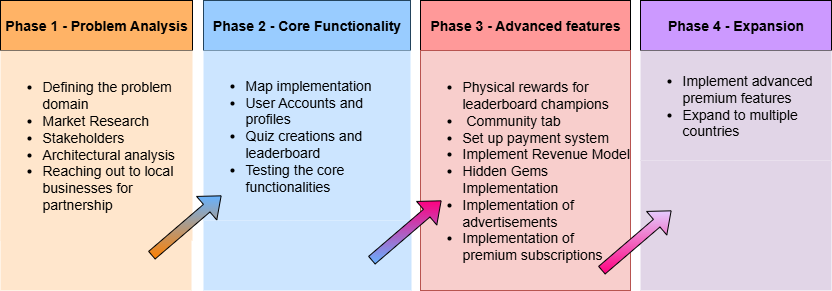
Above: report/Roadmap.png in riyagupta0701/TravelGo-Software-Architecture (draw.io), before the change. Source tidied: cells renumbered, new cells last; positions are measured from the earlier drawing's top-left corner, leaving out a move shared by most shapes.
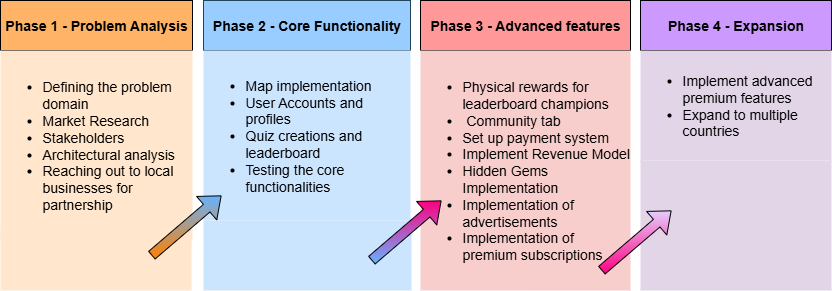
Later version of the same file.

Commit message:
change bibliography numbering

Change to the diagram source:
```diff
@@ -20,7 +20,7 @@
     <mxCell id="7" value="&lt;div&gt;&lt;ul&gt;&lt;li&gt;&lt;font&gt;Map implementation&lt;/font&gt;&lt;/li&gt;&lt;li&gt;&lt;span style=&quot;background-color: transparent; color: light-dark(rgb(0, 0, 0), rgb(255, 255, 255));&quot;&gt;&lt;font&gt;User Accounts and profiles&lt;/font&gt;&lt;/span&gt;&lt;/li&gt;&lt;li&gt;&lt;span style=&quot;background-color: transparent; color: light-dark(rgb(0, 0, 0), rgb(255, 255, 255));&quot;&gt;&lt;font&gt;Quiz creations and leaderboard&lt;/font&gt;&lt;/span&gt;&lt;/li&gt;&lt;li&gt;&lt;span style=&quot;background-color: transparent; color: light-dark(rgb(0, 0, 0), rgb(255, 255, 255));&quot;&gt;&lt;font&gt;Testing the core functionalities&lt;/font&gt;&lt;/span&gt;&lt;/li&gt;&lt;/ul&gt;&lt;/div&gt;" style="html=1;whiteSpace=wrap;align=left;fontSize=14;fillColor=#CCE5FF;strokeColor=none;" parent="1" vertex="1">
       <mxGeometry x="203" y="50" width="207" height="170" as="geometry" />
     </mxCell>
-    <mxCell id="8" value="&lt;div&gt;&lt;ul&gt;&lt;li&gt;&lt;font&gt;Physical rewards for leaderboard champions&lt;/font&gt;&lt;/li&gt;&lt;li&gt;&lt;font&gt;&amp;nbsp;Community tab&lt;/font&gt;&lt;/li&gt;&lt;li&gt;&lt;span style=&quot;background-color: transparent; color: light-dark(rgb(0, 0, 0), rgb(255, 255, 255));&quot;&gt;&lt;font&gt;Set up payment system&lt;/font&gt;&lt;/span&gt;&lt;/li&gt;&lt;li&gt;&lt;span style=&quot;background-color: transparent; color: light-dark(rgb(0, 0, 0), rgb(255, 255, 255));&quot;&gt;&lt;font&gt;Implement Revenue Model&lt;/font&gt;&lt;/span&gt;&lt;/li&gt;&lt;li&gt;&lt;font&gt;Hidden Gems Implementation&lt;/font&gt;&lt;/li&gt;&lt;li&gt;&lt;span style=&quot;background-color: transparent; color: light-dark(rgb(0, 0, 0), rgb(255, 255, 255));&quot;&gt;&lt;font&gt;Implementation of advertisements&lt;/font&gt;&lt;/span&gt;&lt;/li&gt;&lt;li&gt;&lt;font&gt;Implementation of premium subscriptions&lt;/font&gt;&lt;/li&gt;&lt;/ul&gt;&lt;/div&gt;" style="html=1;whiteSpace=wrap;align=left;fontSize=14;fillColor=#f8cecc;strokeColor=#b85450;" parent="1" vertex="1">
+    <mxCell id="8" value="&lt;div&gt;&lt;ul&gt;&lt;li&gt;&lt;font&gt;Physical rewards for leaderboard champions&lt;/font&gt;&lt;/li&gt;&lt;li&gt;&lt;font&gt;&amp;nbsp;Community tab&lt;/font&gt;&lt;/li&gt;&lt;li&gt;&lt;span style=&quot;background-color: transparent; color: light-dark(rgb(0, 0, 0), rgb(255, 255, 255));&quot;&gt;&lt;font&gt;Set up payment system&lt;/font&gt;&lt;/span&gt;&lt;/li&gt;&lt;li&gt;&lt;span style=&quot;background-color: transparent; color: light-dark(rgb(0, 0, 0), rgb(255, 255, 255));&quot;&gt;&lt;font&gt;Implement Revenue Model&lt;/font&gt;&lt;/span&gt;&lt;/li&gt;&lt;li&gt;&lt;font&gt;Hidden Gems Implementation&lt;/font&gt;&lt;/li&gt;&lt;li&gt;&lt;span style=&quot;background-color: transparent; color: light-dark(rgb(0, 0, 0), rgb(255, 255, 255));&quot;&gt;&lt;font&gt;Implementation of advertisements&lt;/font&gt;&lt;/span&gt;&lt;/li&gt;&lt;li&gt;&lt;font&gt;Implementation of premium subscriptions&lt;/font&gt;&lt;/li&gt;&lt;/ul&gt;&lt;/div&gt;" style="html=1;whiteSpace=wrap;align=left;fontSize=14;fillColor=#f8cecc;strokeColor=none;" parent="1" vertex="1">
       <mxGeometry x="420" y="50" width="210" height="240" as="geometry" />
     </mxCell>
     <mxCell id="9" value="&lt;div&gt;&lt;ul&gt;&lt;li&gt;&lt;span style=&quot;background-color: transparent; color: light-dark(rgb(0, 0, 0), rgb(255, 255, 255));&quot;&gt;&lt;font&gt;Implement advanced premium features&lt;/font&gt;&lt;/span&gt;&lt;/li&gt;&lt;li&gt;&lt;span style=&quot;background-color: transparent; color: light-dark(rgb(0, 0, 0), rgb(255, 255, 255));&quot;&gt;&lt;font&gt;Expand to multiple countries&lt;/font&gt;&lt;/span&gt;&lt;/li&gt;&lt;/ul&gt;&lt;/div&gt;" style="html=1;whiteSpace=wrap;align=left;fontSize=14;fillColor=#e1d5e7;strokeColor=none;" parent="1" vertex="1">
```
